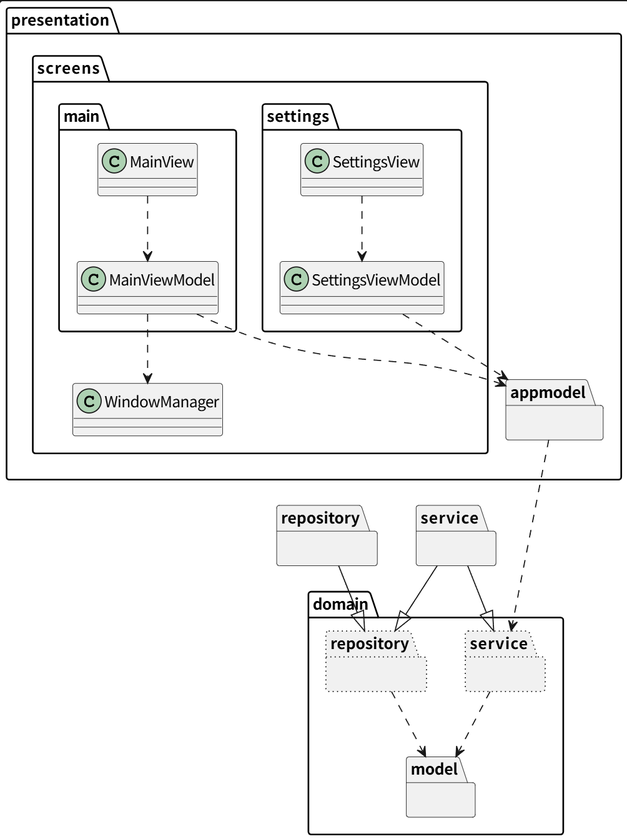
sosuisen/bmi-mvvm-with-builder keeps this PlantUML diagram as diagram/diagram.png. Above is the earlier version. Its source is kept beside it as diagram/diagram.puml. The source it was exported from:
```plantuml
@startuml

package domain.model {

}

package domain.repository #line.dotted {

}

package domain.service #line.dotted {

}

package service {

}

package repository {

}

package presentation.appmodel {

}

package presentation.screens {

}

package presentation.screens.main {
    MainViewModel -[dashed]-> appmodel
    MainViewModel -[dashed]-> presentation.screens.WindowManager
    MainView -[dashed]-> MainViewModel
}

package presentation.screens.settings {
    SettingsViewModel -[dashed]-> appmodel
    SettingsView -[dashed]-> SettingsViewModel
}

presentation.appmodel --[dashed]-> domain.service

domain.service -[dashed]-> domain.model

domain.repository -[dashed]-> domain.model

service --|> domain.service

service --|> domain.repository

repository --|> domain.repository

@enduml
```
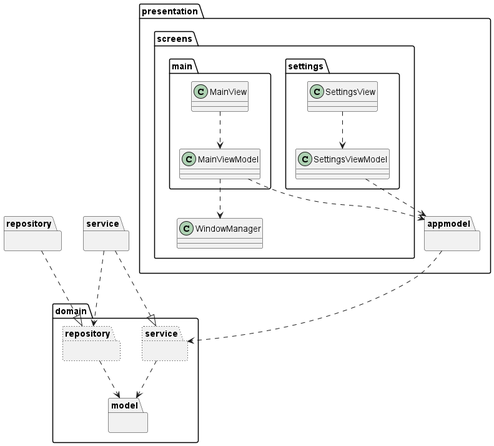
After the commit.

The edit, as a diff of the source:
```diff
@@ -45,10 +45,12 @@
 
 domain.repository -[dashed]-> domain.model
 
-service --|> domain.service
+service ..|> domain.service
 
-service --|> domain.repository
+service --[dashed]-> domain.repository
 
-repository --|> domain.repository
+repository ..|> domain.repository
+
+service --[hidden]left-> repository
 
 @enduml
```
